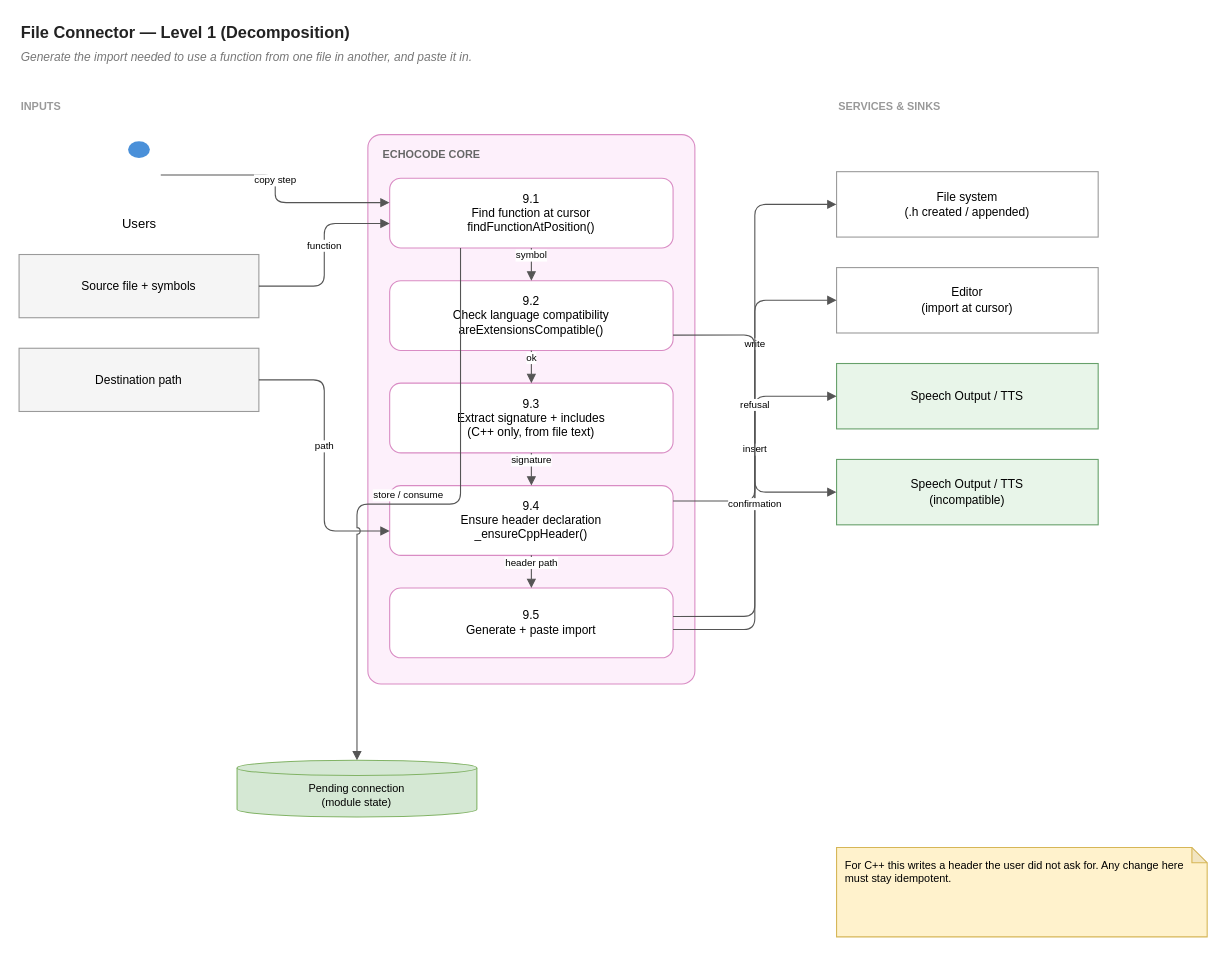
This is page "Level 1 — Decomposition" (2 of 2) of wiki/diagrams/09-file-connector.drawio from hpcclab/EchoCode, a draw.io file, before an edit. Source tidied: cells renumbered, new cells numbered last; positions are measured from the earlier drawing's top-left corner, leaving out a move shared by most shapes. Both pictures are drawn from the tidied source at 109%, with x=0, y=0 at pixel (19, 19).
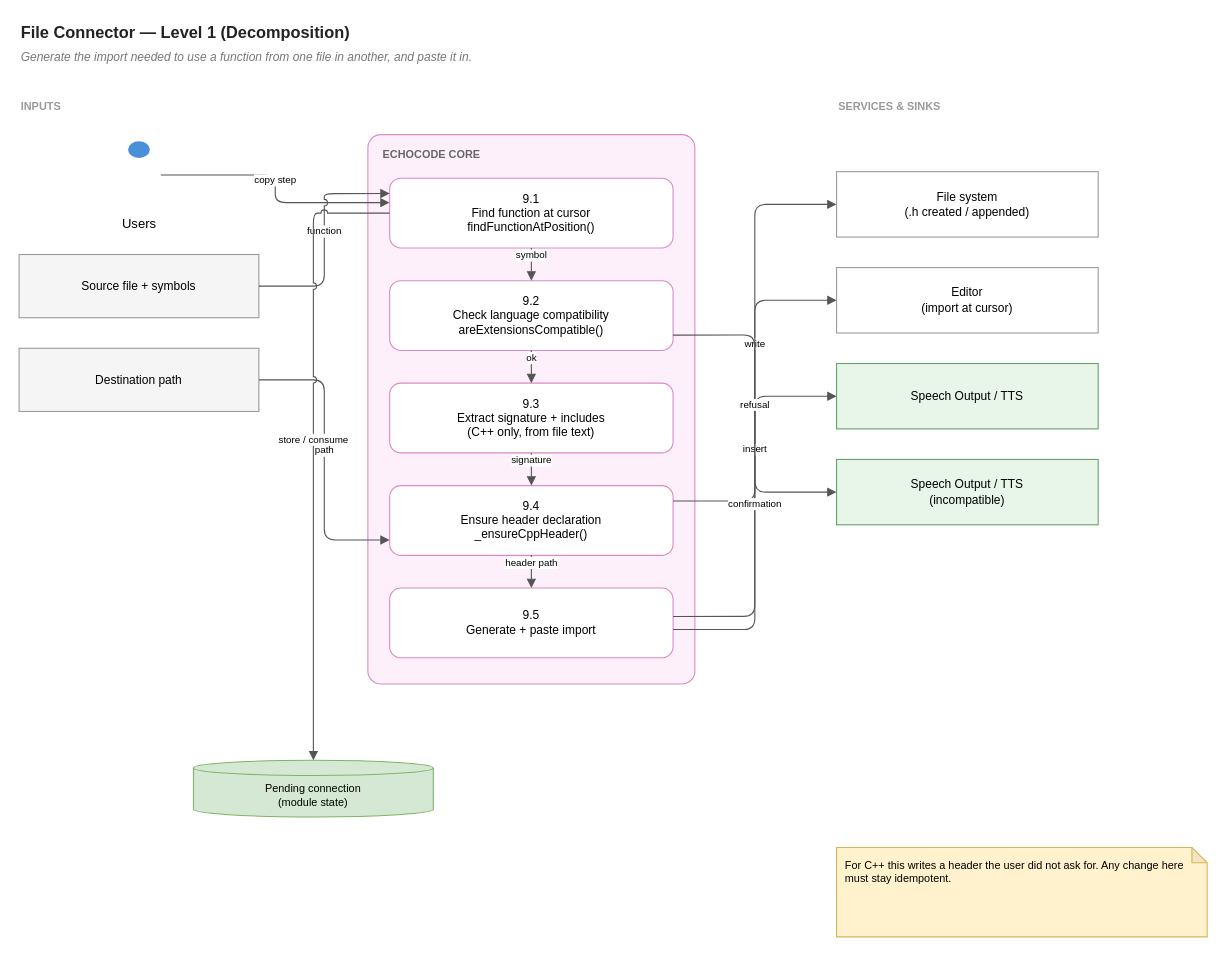
The same diagram, later.

Unchanged cells that the change refers to:
```xml
<mxCell id="7" value="9.1&#10;Find function at cursor&#10;findFunctionAtPosition()" style="rounded=1;whiteSpace=wrap;html=1;fillColor=#ffffff;strokeColor=#d98cc4;fontSize=11;arcSize=16;" parent="6" vertex="1">
  <mxGeometry x="20" y="40" width="260" height="64" as="geometry" />
</mxCell>
<mxCell id="10" value="9.4&#10;Ensure header declaration&#10;_ensureCppHeader()" style="rounded=1;whiteSpace=wrap;html=1;fillColor=#ffffff;strokeColor=#d98cc4;fontSize=11;arcSize=16;" parent="6" vertex="1">
  <mxGeometry x="20" y="322" width="260" height="64" as="geometry" />
</mxCell>
<mxCell id="13" value="Source file + symbols" style="rounded=0;whiteSpace=wrap;html=1;fillColor=#f5f5f5;strokeColor=#9a9a9a;fontSize=11;" parent="1" vertex="1">
  <mxGeometry y="216" width="220" height="58" as="geometry" />
</mxCell>
<mxCell id="14" value="Destination path" style="rounded=0;whiteSpace=wrap;html=1;fillColor=#f5f5f5;strokeColor=#9a9a9a;fontSize=11;" parent="1" vertex="1">
  <mxGeometry y="302" width="220" height="58" as="geometry" />
</mxCell>
```

Diff of the diagram source:
```diff
@@
     <mxCell id="19" value="Pending connection&#10;(module state)" style="shape=cylinder3;boundedLbl=1;backgroundOutline=1;size=7;whiteSpace=wrap;html=1;fillColor=#d5e8d4;strokeColor=#82b366;fontSize=10;" parent="1" vertex="1">
-      <mxGeometry x="200" y="680" width="220" height="52" as="geometry" />
+      <mxGeometry x="160" y="680" width="220" height="52" as="geometry" />
     </mxCell>
@@
-    <mxCell id="21" value="function" style="edgeStyle=orthogonalEdgeStyle;rounded=1;html=1;endArrow=block;endFill=1;jettySize=auto;jumpStyle=arc;jumpSize=6;fontSize=9;labelBackgroundColor=#ffffff;verticalAlign=bottom;strokeColor=#555555;exitX=1;exitY=0.5;exitDx=0;exitDy=0;entryX=0;entryY=0.65;entryDx=0;entryDy=0;" parent="1" edge="1" source="13" target="7">
+    <mxCell id="21" value="function" style="edgeStyle=orthogonalEdgeStyle;rounded=1;html=1;endArrow=block;endFill=1;jettySize=auto;jumpStyle=arc;jumpSize=6;fontSize=9;labelBackgroundColor=#ffffff;verticalAlign=bottom;strokeColor=#555555;exitX=1;exitY=0.5;exitDx=0;exitDy=0;entryX=0;entryY=0.22;entryDx=0;entryDy=0;" parent="1" edge="1" source="13" target="7">
       <mxGeometry relative="1" as="geometry" />
     </mxCell>
-    <mxCell id="22" value="path" style="edgeStyle=orthogonalEdgeStyle;rounded=1;html=1;endArrow=block;endFill=1;jettySize=auto;jumpStyle=arc;jumpSize=6;fontSize=9;labelBackgroundColor=#ffffff;verticalAlign=bottom;strokeColor=#555555;exitX=1;exitY=0.5;exitDx=0;exitDy=0;entryX=0;entryY=0.65;entryDx=0;entryDy=0;" parent="1" edge="1" source="14" target="10">
+    <mxCell id="22" value="path" style="edgeStyle=orthogonalEdgeStyle;rounded=1;html=1;endArrow=block;endFill=1;jettySize=auto;jumpStyle=arc;jumpSize=6;fontSize=9;labelBackgroundColor=#ffffff;verticalAlign=bottom;strokeColor=#555555;exitX=1;exitY=0.5;exitDx=0;exitDy=0;entryX=0;entryY=0.78;entryDx=0;entryDy=0;" parent="1" edge="1" source="14" target="10">
       <mxGeometry relative="1" as="geometry" />
     </mxCell>
@@
-    <mxCell id="31" value="store / consume" style="edgeStyle=orthogonalEdgeStyle;rounded=1;html=1;endArrow=block;endFill=1;jettySize=auto;jumpStyle=arc;jumpSize=6;fontSize=9;labelBackgroundColor=#ffffff;verticalAlign=bottom;strokeColor=#555555;exitX=0.25;exitY=1;exitDx=0;exitDy=0;entryX=0.5;entryY=0;entryDx=0;entryDy=0;" parent="1" edge="1" source="7" target="19">
+    <mxCell id="31" value="store / consume" style="edgeStyle=orthogonalEdgeStyle;rounded=1;html=1;endArrow=block;endFill=1;jettySize=auto;jumpStyle=arc;jumpSize=6;fontSize=9;labelBackgroundColor=#ffffff;verticalAlign=bottom;strokeColor=#555555;exitX=0;exitY=0.5;exitDx=0;exitDy=0;entryX=0.5;entryY=0;entryDx=0;entryDy=0;" parent="1" edge="1" source="7" target="19">
       <mxGeometry relative="1" as="geometry" />
     </mxCell>
```
